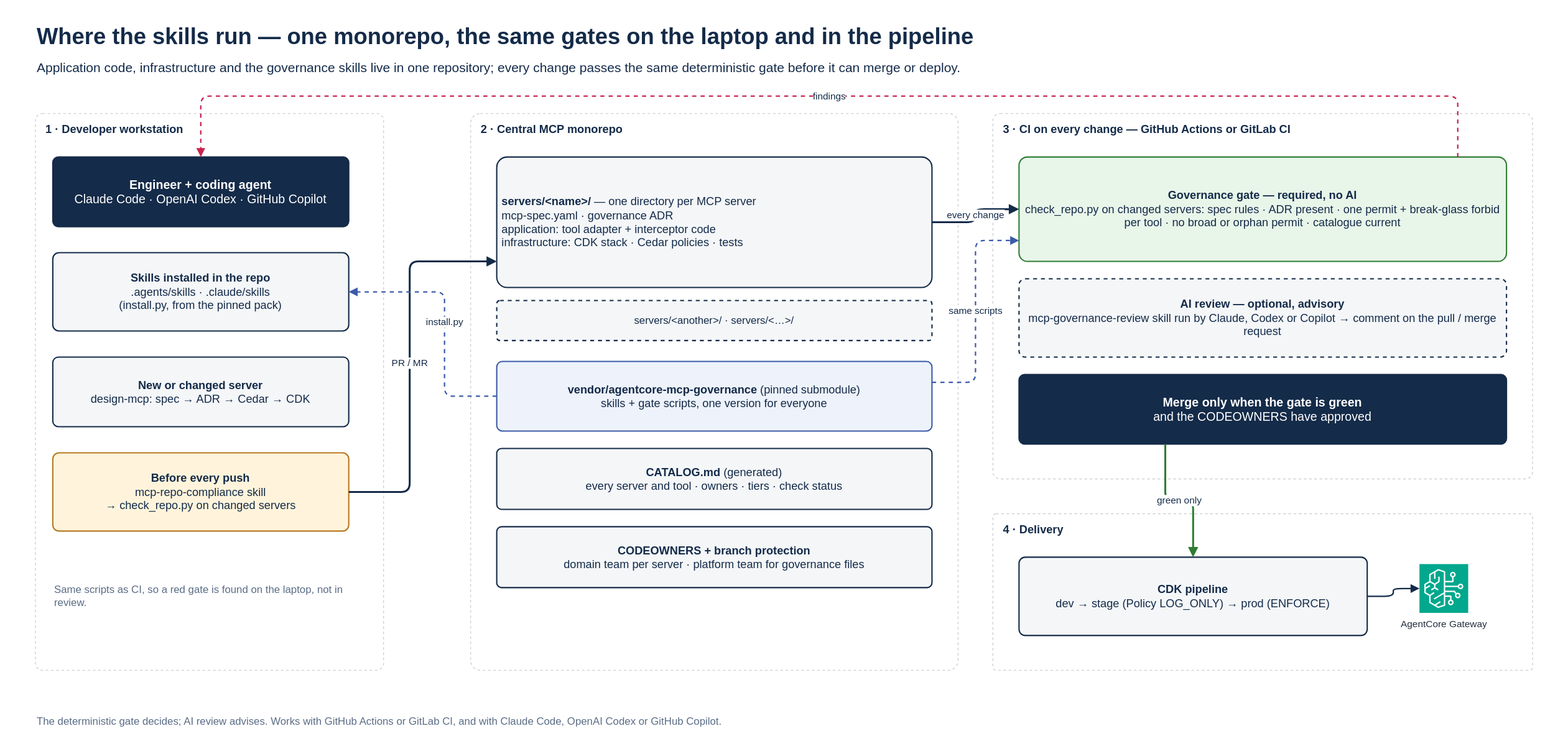
This is docs/diagrams/07-monorepo-gating.svg from KBoudich/agentcore-mcp-governance, a draw.io export, as it was before one commit. Source tidied: cells renumbered, new cells last; positions are measured from the earlier drawing's top-left corner, leaving out a move shared by most shapes. Source of this version:
```xml
<mxGraphModel background="#FFFFFF">
  <root>
    <mxCell id="0" />
    <mxCell id="1" parent="0" />
    <mxCell id="2" style="rounded=0;html=1;fillColor=#FFFFFF;strokeColor=none;" parent="1" vertex="1">
      <mxGeometry width="1800" height="860" as="geometry" />
    </mxCell>
    <mxCell id="3" value="Where the skills run — one monorepo, the same gates on the laptop and in the pipeline" style="text;html=1;whiteSpace=wrap;strokeColor=none;fillColor=none;align=left;verticalAlign=middle;fontFamily=Helvetica;fontSize=26;fontColor=#142B49;fontStyle=1;" parent="1" vertex="1">
      <mxGeometry x="40" y="20" width="1720" height="44" as="geometry" />
    </mxCell>
    <mxCell id="4" value="Application code, infrastructure and the governance skills live in one repository; every change passes the same deterministic gate before it can merge or deploy." style="text;html=1;whiteSpace=wrap;strokeColor=none;fillColor=none;align=left;verticalAlign=middle;fontFamily=Helvetica;fontSize=15;fontColor=#142B49;fontStyle=0;" parent="1" vertex="1">
      <mxGeometry x="40" y="62" width="1720" height="30" as="geometry" />
    </mxCell>
    <mxCell id="5" value="The deterministic gate decides; AI review advises. Works with GitHub Actions or GitLab CI, and with Claude Code, OpenAI Codex or GitHub Copilot." style="text;html=1;whiteSpace=wrap;strokeColor=none;fillColor=none;align=left;verticalAlign=middle;fontFamily=Helvetica;fontSize=12;fontColor=#5A6C86;fontStyle=0;" parent="1" vertex="1">
      <mxGeometry x="40" y="814" width="1720" height="30" as="geometry" />
    </mxCell>
    <mxCell id="6" value="1 · Developer workstation" style="rounded=1;arcSize=2;html=1;whiteSpace=wrap;fillColor=#FFFFFF;strokeColor=#CBD1D6;dashed=1;verticalAlign=top;align=left;spacingLeft=10;spacingTop=4;fontFamily=Helvetica;fontSize=13;fontStyle=1;fontColor=#142B49;" parent="1" vertex="1">
      <mxGeometry x="40" y="130" width="400" height="640" as="geometry" />
    </mxCell>
    <mxCell id="7" value="&lt;b&gt;Engineer + coding agent&lt;/b&gt;&lt;br&gt;Claude Code · OpenAI Codex · GitHub Copilot" style="rounded=1;arcSize=8;whiteSpace=wrap;html=1;fillColor=#142B49;strokeColor=#142B49;strokeWidth=1.5;fontFamily=Helvetica;fontSize=14;fontColor=#FFFFFF;fontStyle=0;dashed=0;align=center;spacing=6;" parent="1" vertex="1">
      <mxGeometry x="60" y="180" width="340" height="80" as="geometry" />
    </mxCell>
    <mxCell id="8" value="&lt;b&gt;Skills installed in the repo&lt;/b&gt;&lt;br&gt;.agents/skills · .claude/skills&lt;br&gt;(install.py, from the pinned pack)" style="rounded=1;arcSize=8;whiteSpace=wrap;html=1;fillColor=#F4F6F8;strokeColor=#142B49;strokeWidth=1.5;fontFamily=Helvetica;fontSize=13;fontColor=#142B49;fontStyle=0;dashed=0;align=center;spacing=6;" parent="1" vertex="1">
      <mxGeometry x="60" y="290" width="340" height="90" as="geometry" />
    </mxCell>
    <mxCell id="9" value="&lt;b&gt;New or changed server&lt;/b&gt;&lt;br&gt;design-mcp: spec → ADR → Cedar → CDK" style="rounded=1;arcSize=8;whiteSpace=wrap;html=1;fillColor=#F4F6F8;strokeColor=#142B49;strokeWidth=1.5;fontFamily=Helvetica;fontSize=13;fontColor=#142B49;fontStyle=0;dashed=0;align=center;spacing=6;" parent="1" vertex="1">
      <mxGeometry x="60" y="410" width="340" height="80" as="geometry" />
    </mxCell>
    <mxCell id="10" value="&lt;b&gt;Before every push&lt;/b&gt;&lt;br&gt;mcp-repo-compliance skill&lt;br&gt;→ check_repo.py on changed servers" style="rounded=1;arcSize=8;whiteSpace=wrap;html=1;fillColor=#FFF4DB;strokeColor=#B7791F;strokeWidth=1.5;fontFamily=Helvetica;fontSize=13;fontColor=#142B49;fontStyle=0;dashed=0;align=center;spacing=6;" parent="1" vertex="1">
      <mxGeometry x="60" y="520" width="340" height="90" as="geometry" />
    </mxCell>
    <mxCell id="11" value="Same scripts as CI, so a red gate is found on the laptop, not in review." style="text;html=1;whiteSpace=wrap;strokeColor=none;fillColor=none;align=left;verticalAlign=middle;fontFamily=Helvetica;fontSize=12;fontColor=#5A6C86;fontStyle=0;" parent="1" vertex="1">
      <mxGeometry x="60" y="630" width="340" height="110" as="geometry" />
    </mxCell>
    <mxCell id="12" value="2 · Central MCP monorepo" style="rounded=1;arcSize=2;html=1;whiteSpace=wrap;fillColor=#FFFFFF;strokeColor=#CBD1D6;dashed=1;verticalAlign=top;align=left;spacingLeft=10;spacingTop=4;fontFamily=Helvetica;fontSize=13;fontStyle=1;fontColor=#142B49;" parent="1" vertex="1">
      <mxGeometry x="540" y="130" width="560" height="640" as="geometry" />
    </mxCell>
    <mxCell id="13" value="&lt;b&gt;servers/&amp;lt;name&amp;gt;/&lt;/b&gt; — one directory per MCP server&lt;br&gt;mcp-spec.yaml · governance ADR&lt;br&gt;application: tool adapter + interceptor code&lt;br&gt;infrastructure: CDK stack · Cedar policies · tests" style="rounded=1;arcSize=8;whiteSpace=wrap;html=1;fillColor=#F4F6F8;strokeColor=#142B49;strokeWidth=1.5;fontFamily=Helvetica;fontSize=13;fontColor=#142B49;fontStyle=0;dashed=0;align=left;spacing=6;" parent="1" vertex="1">
      <mxGeometry x="570" y="180" width="500" height="150" as="geometry" />
    </mxCell>
    <mxCell id="14" value="servers/&amp;lt;another&amp;gt;/ · servers/&amp;lt;…&amp;gt;/" style="rounded=1;arcSize=8;whiteSpace=wrap;html=1;fillColor=#F4F6F8;strokeColor=#142B49;strokeWidth=1.5;fontFamily=Helvetica;fontSize=12;fontColor=#142B49;fontStyle=0;dashed=1;align=center;spacing=6;" parent="1" vertex="1">
      <mxGeometry x="570" y="345" width="500" height="46" as="geometry" />
    </mxCell>
    <mxCell id="15" value="&lt;b&gt;vendor/agentcore-mcp-governance&lt;/b&gt; (pinned submodule)&lt;br&gt;skills + gate scripts, one version for everyone" style="rounded=1;arcSize=8;whiteSpace=wrap;html=1;fillColor=#EEF2FA;strokeColor=#3B5BA9;strokeWidth=1.5;fontFamily=Helvetica;fontSize=13;fontColor=#142B49;fontStyle=0;dashed=0;align=center;spacing=6;" parent="1" vertex="1">
      <mxGeometry x="570" y="415" width="500" height="80" as="geometry" />
    </mxCell>
    <mxCell id="16" value="&lt;b&gt;CATALOG.md&lt;/b&gt; (generated)&lt;br&gt;every server and tool · owners · tiers · check status" style="rounded=1;arcSize=8;whiteSpace=wrap;html=1;fillColor=#F4F6F8;strokeColor=#142B49;strokeWidth=1.5;fontFamily=Helvetica;fontSize=13;fontColor=#142B49;fontStyle=0;dashed=0;align=center;spacing=6;" parent="1" vertex="1">
      <mxGeometry x="570" y="515" width="500" height="70" as="geometry" />
    </mxCell>
    <mxCell id="17" value="&lt;b&gt;CODEOWNERS + branch protection&lt;/b&gt;&lt;br&gt;domain team per server · platform team for governance files" style="rounded=1;arcSize=8;whiteSpace=wrap;html=1;fillColor=#F4F6F8;strokeColor=#142B49;strokeWidth=1.5;fontFamily=Helvetica;fontSize=13;fontColor=#142B49;fontStyle=0;dashed=0;align=center;spacing=6;" parent="1" vertex="1">
      <mxGeometry x="570" y="605" width="500" height="70" as="geometry" />
    </mxCell>
    <mxCell id="18" value="3 · CI on every change — GitHub Actions or GitLab CI" style="rounded=1;arcSize=2;html=1;whiteSpace=wrap;fillColor=#FFFFFF;strokeColor=#CBD1D6;dashed=1;verticalAlign=top;align=left;spacingLeft=10;spacingTop=4;fontFamily=Helvetica;fontSize=13;fontStyle=1;fontColor=#142B49;" parent="1" vertex="1">
      <mxGeometry x="1140" y="130" width="620" height="420" as="geometry" />
    </mxCell>
    <mxCell id="19" value="&lt;b&gt;Governance gate — required, no AI&lt;/b&gt;&lt;br&gt;check_repo.py on changed servers: spec rules · ADR present · one permit + break-glass forbid per tool · no broad or orphan permit · catalogue current" style="rounded=1;arcSize=8;whiteSpace=wrap;html=1;fillColor=#E8F5E9;strokeColor=#2E7D32;strokeWidth=1.5;fontFamily=Helvetica;fontSize=13;fontColor=#142B49;fontStyle=0;dashed=0;align=center;spacing=6;" parent="1" vertex="1">
      <mxGeometry x="1170" y="180" width="560" height="120" as="geometry" />
    </mxCell>
    <mxCell id="20" value="&lt;b&gt;AI review — optional, advisory&lt;/b&gt;&lt;br&gt;mcp-governance-review skill run by Claude, Codex or Copilot → comment on the pull / merge request" style="rounded=1;arcSize=8;whiteSpace=wrap;html=1;fillColor=#F4F6F8;strokeColor=#142B49;strokeWidth=1.5;fontFamily=Helvetica;fontSize=13;fontColor=#142B49;fontStyle=0;dashed=1;align=center;spacing=6;" parent="1" vertex="1">
      <mxGeometry x="1170" y="320" width="560" height="90" as="geometry" />
    </mxCell>
    <mxCell id="21" value="&lt;b&gt;Merge only when the gate is green&lt;/b&gt;&lt;br&gt;and the CODEOWNERS have approved" style="rounded=1;arcSize=8;whiteSpace=wrap;html=1;fillColor=#142B49;strokeColor=#142B49;strokeWidth=1.5;fontFamily=Helvetica;fontSize=14;fontColor=#FFFFFF;fontStyle=0;dashed=0;align=center;spacing=6;" parent="1" vertex="1">
      <mxGeometry x="1170" y="430" width="560" height="80" as="geometry" />
    </mxCell>
    <mxCell id="22" value="4 · Delivery" style="rounded=1;arcSize=2;html=1;whiteSpace=wrap;fillColor=#FFFFFF;strokeColor=#CBD1D6;dashed=1;verticalAlign=top;align=left;spacingLeft=10;spacingTop=4;fontFamily=Helvetica;fontSize=13;fontStyle=1;fontColor=#142B49;" parent="1" vertex="1">
      <mxGeometry x="1140" y="590" width="620" height="180" as="geometry" />
    </mxCell>
    <mxCell id="23" value="&lt;b&gt;CDK pipeline&lt;/b&gt;&lt;br&gt;dev → stage (Policy LOG_ONLY) → prod (ENFORCE)" style="rounded=1;arcSize=8;whiteSpace=wrap;html=1;fillColor=#F4F6F8;strokeColor=#142B49;strokeWidth=1.5;fontFamily=Helvetica;fontSize=13;fontColor=#142B49;fontStyle=0;dashed=0;align=center;spacing=6;" parent="1" vertex="1">
      <mxGeometry x="1170" y="640" width="400" height="90" as="geometry" />
    </mxCell>
    <mxCell id="24" value="AgentCore Gateway" style="sketch=0;outlineConnect=0;fontColor=#232F3E;strokeColor=#ffffff;dashed=0;verticalLabelPosition=bottom;verticalAlign=top;align=center;html=1;fontFamily=Helvetica;fontSize=11;fontStyle=0;fillColor=#01A88D;shape=mxgraph.aws4.resourceIcon;resIcon=mxgraph.aws4.bedrock;" parent="1" vertex="1">
      <mxGeometry x="1630" y="648" width="56" height="56" as="geometry" />
    </mxCell>
    <mxCell id="25" value="PR / MR" style="edgeStyle=orthogonalEdgeStyle;rounded=1;html=1;endArrow=block;endFill=1;startArrow=none;startFill=1;strokeColor=#142B49;strokeWidth=2.2;dashed=0;fontFamily=Helvetica;fontSize=11;fontColor=#142B49;labelBackgroundColor=#FFFFFF;exitX=1;exitY=0.5;exitDx=0;exitDy=0;entryX=0;entryY=0.8;entryDx=0;entryDy=0;" parent="1" edge="1" source="10" target="13">
      <mxGeometry relative="1" as="geometry">
        <Array as="points">
          <mxPoint x="470" y="565" />
          <mxPoint x="470" y="300" />
        </Array>
      </mxGeometry>
    </mxCell>
    <mxCell id="26" value="every change" style="edgeStyle=orthogonalEdgeStyle;rounded=1;html=1;endArrow=block;endFill=1;startArrow=none;startFill=1;strokeColor=#142B49;strokeWidth=2.2;dashed=0;fontFamily=Helvetica;fontSize=11;fontColor=#142B49;labelBackgroundColor=#FFFFFF;exitX=1;exitY=0.5;exitDx=0;exitDy=0;entryX=0;entryY=0.5;entryDx=0;entryDy=0;" parent="1" edge="1" source="13" target="19">
      <mxGeometry relative="1" as="geometry" />
    </mxCell>
    <mxCell id="27" value="install.py" style="edgeStyle=orthogonalEdgeStyle;rounded=1;html=1;endArrow=block;endFill=1;startArrow=none;startFill=1;strokeColor=#3B5BA9;strokeWidth=1.6;dashed=1;fontFamily=Helvetica;fontSize=11;fontColor=#142B49;labelBackgroundColor=#FFFFFF;exitX=0;exitY=0.5;exitDx=0;exitDy=0;entryX=1;entryY=0.5;entryDx=0;entryDy=0;" parent="1" edge="1" source="15" target="8">
      <mxGeometry relative="1" as="geometry">
        <Array as="points">
          <mxPoint x="510" y="455" />
          <mxPoint x="510" y="335" />
        </Array>
      </mxGeometry>
    </mxCell>
    <mxCell id="28" value="same scripts" style="edgeStyle=orthogonalEdgeStyle;rounded=1;html=1;endArrow=block;endFill=1;startArrow=none;startFill=1;strokeColor=#3B5BA9;strokeWidth=1.6;dashed=1;fontFamily=Helvetica;fontSize=11;fontColor=#142B49;labelBackgroundColor=#FFFFFF;exitX=1;exitY=0.3;exitDx=0;exitDy=0;entryX=0;entryY=0.8;entryDx=0;entryDy=0;" parent="1" edge="1" source="15" target="19">
      <mxGeometry relative="1" as="geometry" />
    </mxCell>
    <mxCell id="29" value="green only" style="edgeStyle=orthogonalEdgeStyle;rounded=1;html=1;endArrow=block;endFill=1;startArrow=none;startFill=1;strokeColor=#2E7D32;strokeWidth=2.2;dashed=0;fontFamily=Helvetica;fontSize=11;fontColor=#142B49;labelBackgroundColor=#FFFFFF;exitX=0.3;exitY=1;exitDx=0;exitDy=0;entryX=0.5;entryY=0;entryDx=0;entryDy=0;" parent="1" edge="1" source="21" target="23">
      <mxGeometry relative="1" as="geometry" />
    </mxCell>
    <mxCell id="30" style="edgeStyle=orthogonalEdgeStyle;rounded=1;html=1;endArrow=block;endFill=1;startArrow=none;startFill=1;strokeColor=#142B49;strokeWidth=1.6;dashed=0;fontFamily=Helvetica;fontSize=11;fontColor=#142B49;labelBackgroundColor=#FFFFFF;exitX=1;exitY=0.5;exitDx=0;exitDy=0;entryX=0;entryY=0.5;entryDx=0;entryDy=0;" parent="1" edge="1" source="23" target="24">
      <mxGeometry relative="1" as="geometry" />
    </mxCell>
    <mxCell id="31" value="findings" style="edgeStyle=orthogonalEdgeStyle;rounded=1;html=1;endArrow=block;endFill=1;startArrow=none;startFill=1;strokeColor=#C7254E;strokeWidth=1.6;dashed=1;fontFamily=Helvetica;fontSize=11;fontColor=#142B49;labelBackgroundColor=#FFFFFF;exitX=0.9;exitY=0;exitDx=0;exitDy=0;entryX=0.5;entryY=0;entryDx=0;entryDy=0;" parent="1" edge="1" source="19" target="7">
      <mxGeometry relative="1" as="geometry">
        <Array as="points">
          <mxPoint x="1674" y="110" />
          <mxPoint x="230" y="110" />
        </Array>
      </mxGeometry>
    </mxCell>
  </root>
</mxGraphModel>
```
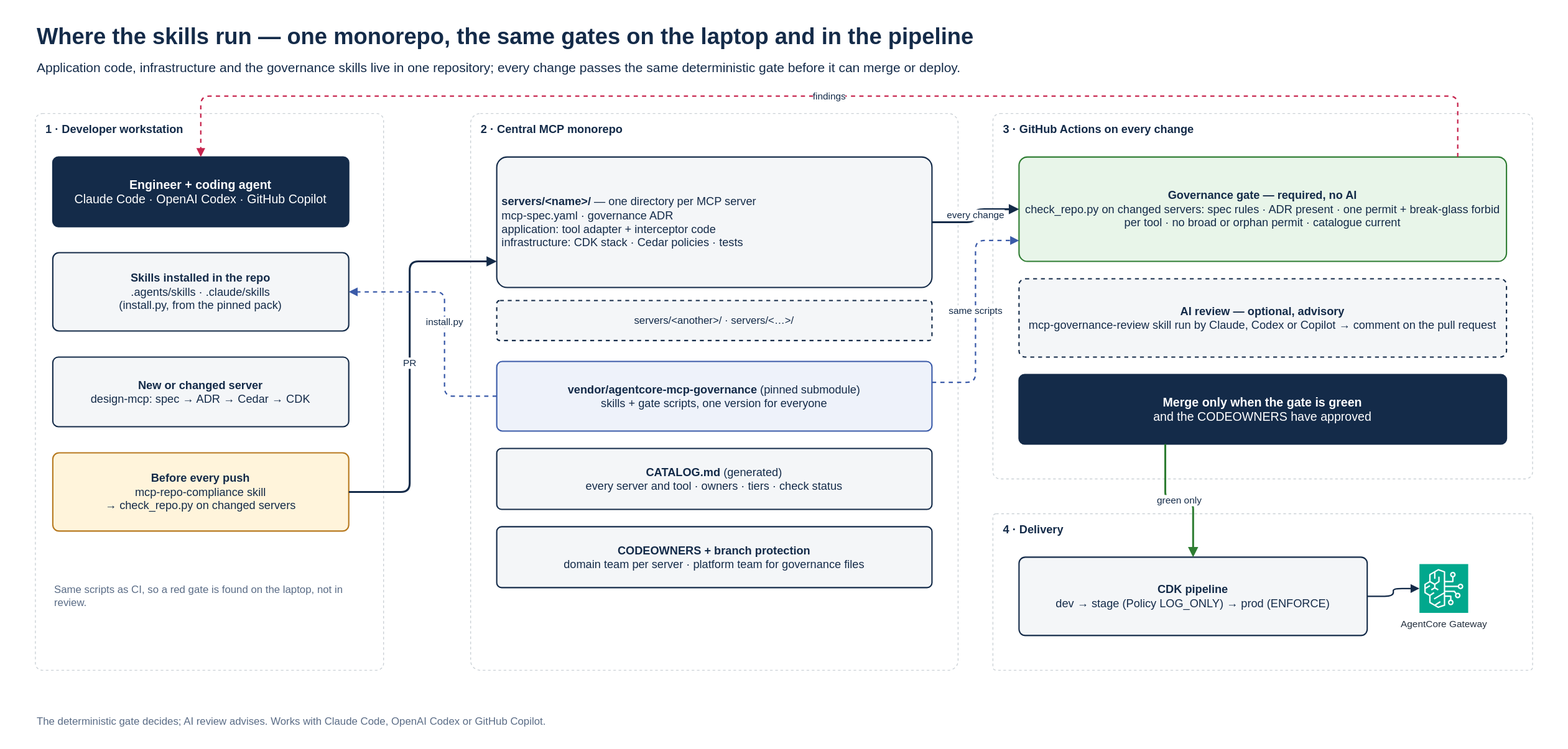
The same diagram one commit later.

The edit, as a diff of the source:
```diff
@@ -11,7 +11,7 @@
     <mxCell id="4" value="Application code, infrastructure and the governance skills live in one repository; every change passes the same deterministic gate before it can merge or deploy." style="text;html=1;whiteSpace=wrap;strokeColor=none;fillColor=none;align=left;verticalAlign=middle;fontFamily=Helvetica;fontSize=15;fontColor=#142B49;fontStyle=0;" parent="1" vertex="1">
       <mxGeometry x="40" y="62" width="1720" height="30" as="geometry" />
     </mxCell>
-    <mxCell id="5" value="The deterministic gate decides; AI review advises. Works with GitHub Actions or GitLab CI, and with Claude Code, OpenAI Codex or GitHub Copilot." style="text;html=1;whiteSpace=wrap;strokeColor=none;fillColor=none;align=left;verticalAlign=middle;fontFamily=Helvetica;fontSize=12;fontColor=#5A6C86;fontStyle=0;" parent="1" vertex="1">
+    <mxCell id="5" value="The deterministic gate decides; AI review advises. Works with Claude Code, OpenAI Codex or GitHub Copilot." style="text;html=1;whiteSpace=wrap;strokeColor=none;fillColor=none;align=left;verticalAlign=middle;fontFamily=Helvetica;fontSize=12;fontColor=#5A6C86;fontStyle=0;" parent="1" vertex="1">
       <mxGeometry x="40" y="814" width="1720" height="30" as="geometry" />
     </mxCell>
     <mxCell id="6" value="1 · Developer workstation" style="rounded=1;arcSize=2;html=1;whiteSpace=wrap;fillColor=#FFFFFF;strokeColor=#CBD1D6;dashed=1;verticalAlign=top;align=left;spacingLeft=10;spacingTop=4;fontFamily=Helvetica;fontSize=13;fontStyle=1;fontColor=#142B49;" parent="1" vertex="1">
@@ -50,13 +50,13 @@
     <mxCell id="17" value="&lt;b&gt;CODEOWNERS + branch protection&lt;/b&gt;&lt;br&gt;domain team per server · platform team for governance files" style="rounded=1;arcSize=8;whiteSpace=wrap;html=1;fillColor=#F4F6F8;strokeColor=#142B49;strokeWidth=1.5;fontFamily=Helvetica;fontSize=13;fontColor=#142B49;fontStyle=0;dashed=0;align=center;spacing=6;" parent="1" vertex="1">
       <mxGeometry x="570" y="605" width="500" height="70" as="geometry" />
     </mxCell>
-    <mxCell id="18" value="3 · CI on every change — GitHub Actions or GitLab CI" style="rounded=1;arcSize=2;html=1;whiteSpace=wrap;fillColor=#FFFFFF;strokeColor=#CBD1D6;dashed=1;verticalAlign=top;align=left;spacingLeft=10;spacingTop=4;fontFamily=Helvetica;fontSize=13;fontStyle=1;fontColor=#142B49;" parent="1" vertex="1">
+    <mxCell id="18" value="3 · GitHub Actions on every change" style="rounded=1;arcSize=2;html=1;whiteSpace=wrap;fillColor=#FFFFFF;strokeColor=#CBD1D6;dashed=1;verticalAlign=top;align=left;spacingLeft=10;spacingTop=4;fontFamily=Helvetica;fontSize=13;fontStyle=1;fontColor=#142B49;" parent="1" vertex="1">
       <mxGeometry x="1140" y="130" width="620" height="420" as="geometry" />
     </mxCell>
     <mxCell id="19" value="&lt;b&gt;Governance gate — required, no AI&lt;/b&gt;&lt;br&gt;check_repo.py on changed servers: spec rules · ADR present · one permit + break-glass forbid per tool · no broad or orphan permit · catalogue current" style="rounded=1;arcSize=8;whiteSpace=wrap;html=1;fillColor=#E8F5E9;strokeColor=#2E7D32;strokeWidth=1.5;fontFamily=Helvetica;fontSize=13;fontColor=#142B49;fontStyle=0;dashed=0;align=center;spacing=6;" parent="1" vertex="1">
       <mxGeometry x="1170" y="180" width="560" height="120" as="geometry" />
     </mxCell>
-    <mxCell id="20" value="&lt;b&gt;AI review — optional, advisory&lt;/b&gt;&lt;br&gt;mcp-governance-review skill run by Claude, Codex or Copilot → comment on the pull / merge request" style="rounded=1;arcSize=8;whiteSpace=wrap;html=1;fillColor=#F4F6F8;strokeColor=#142B49;strokeWidth=1.5;fontFamily=Helvetica;fontSize=13;fontColor=#142B49;fontStyle=0;dashed=1;align=center;spacing=6;" parent="1" vertex="1">
+    <mxCell id="20" value="&lt;b&gt;AI review — optional, advisory&lt;/b&gt;&lt;br&gt;mcp-governance-review skill run by Claude, Codex or Copilot → comment on the pull request" style="rounded=1;arcSize=8;whiteSpace=wrap;html=1;fillColor=#F4F6F8;strokeColor=#142B49;strokeWidth=1.5;fontFamily=Helvetica;fontSize=13;fontColor=#142B49;fontStyle=0;dashed=1;align=center;spacing=6;" parent="1" vertex="1">
       <mxGeometry x="1170" y="320" width="560" height="90" as="geometry" />
     </mxCell>
     <mxCell id="21" value="&lt;b&gt;Merge only when the gate is green&lt;/b&gt;&lt;br&gt;and the CODEOWNERS have approved" style="rounded=1;arcSize=8;whiteSpace=wrap;html=1;fillColor=#142B49;strokeColor=#142B49;strokeWidth=1.5;fontFamily=Helvetica;fontSize=14;fontColor=#FFFFFF;fontStyle=0;dashed=0;align=center;spacing=6;" parent="1" vertex="1">
@@ -71,7 +71,7 @@
     <mxCell id="24" value="AgentCore Gateway" style="sketch=0;outlineConnect=0;fontColor=#232F3E;strokeColor=#ffffff;dashed=0;verticalLabelPosition=bottom;verticalAlign=top;align=center;html=1;fontFamily=Helvetica;fontSize=11;fontStyle=0;fillColor=#01A88D;shape=mxgraph.aws4.resourceIcon;resIcon=mxgraph.aws4.bedrock;" parent="1" vertex="1">
       <mxGeometry x="1630" y="648" width="56" height="56" as="geometry" />
     </mxCell>
-    <mxCell id="25" value="PR / MR" style="edgeStyle=orthogonalEdgeStyle;rounded=1;html=1;endArrow=block;endFill=1;startArrow=none;startFill=1;strokeColor=#142B49;strokeWidth=2.2;dashed=0;fontFamily=Helvetica;fontSize=11;fontColor=#142B49;labelBackgroundColor=#FFFFFF;exitX=1;exitY=0.5;exitDx=0;exitDy=0;entryX=0;entryY=0.8;entryDx=0;entryDy=0;" parent="1" edge="1" source="10" target="13">
+    <mxCell id="25" value="PR" style="edgeStyle=orthogonalEdgeStyle;rounded=1;html=1;endArrow=block;endFill=1;startArrow=none;startFill=1;strokeColor=#142B49;strokeWidth=2.2;dashed=0;fontFamily=Helvetica;fontSize=11;fontColor=#142B49;labelBackgroundColor=#FFFFFF;exitX=1;exitY=0.5;exitDx=0;exitDy=0;entryX=0;entryY=0.8;entryDx=0;entryDy=0;" parent="1" edge="1" source="10" target="13">
       <mxGeometry relative="1" as="geometry">
         <Array as="points">
           <mxPoint x="470" y="565" />
```
